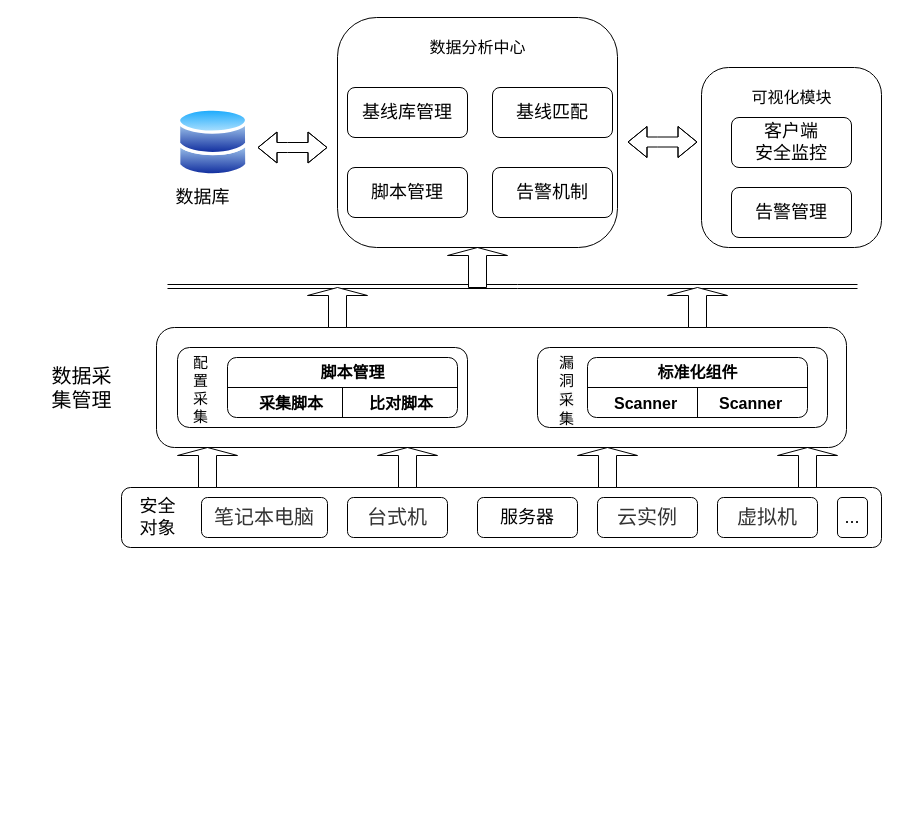
Moose1273/- keeps this draw.io diagram as testDirectory/未命名绘图.drawio. Above is the earlier version. Source tidied: cells renumbered, new cells numbered last; positions are measured from the earlier drawing's top-left corner, leaving out a move shared by most shapes. Both pictures are drawn from the tidied source at 100%, with x=0, y=0 at pixel (41, 17).
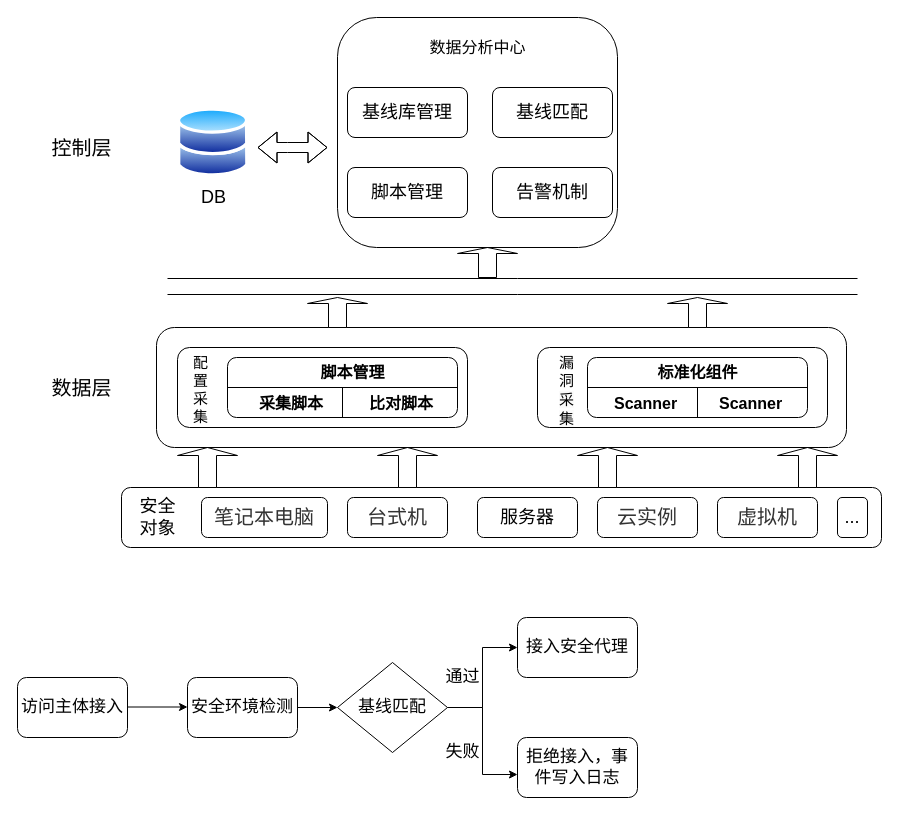
Above is the later version.

Commit message:
更新未命名绘图.drawio

What changed in the source:
```diff
@@
-    <mxCell id="14" value="数据采&lt;br&gt;集管理" style="text;html=1;align=center;verticalAlign=middle;strokeColor=none;fillColor=none;fontSize=20;" parent="1" vertex="1">
-      <mxGeometry y="340" width="80" height="60" as="geometry" />
+    <mxCell id="14" value="数据层" style="text;html=1;align=center;verticalAlign=middle;strokeColor=none;fillColor=none;fontSize=20;" parent="1" vertex="1">
+      <mxGeometry y="350" width="80" height="40" as="geometry" />
     </mxCell>
@@
-    <mxCell id="33" style="shape=link;html=1;rounded=0;fontSize=15;" parent="1" edge="1">
+    <mxCell id="33" style="shape=link;html=1;rounded=0;fontSize=15;width=16;" parent="1" edge="1">
       <mxGeometry relative="1" as="geometry">
         <mxPoint x="126" y="269" as="sourcePoint" />
         <mxPoint x="816" y="269" as="targetPoint" />
         <Array as="points">
           <mxPoint x="476" y="269" />
         </Array>
       </mxGeometry>
     </mxCell>
     <mxCell id="34" style="shape=singleArrow;direction=north;whiteSpace=wrap;html=1;fontSize=20;" parent="1" vertex="1">
-      <mxGeometry x="266" y="270" width="60" height="40" as="geometry" />
+      <mxGeometry x="266" y="280" width="60" height="30" as="geometry" />
     </mxCell>
     <mxCell id="35" style="shape=singleArrow;direction=north;whiteSpace=wrap;html=1;fontSize=20;" parent="1" vertex="1">
-      <mxGeometry x="626" y="270" width="60" height="40" as="geometry" />
+      <mxGeometry x="626" y="280" width="60" height="30" as="geometry" />
     </mxCell>
     <mxCell id="36" style="shape=singleArrow;direction=north;whiteSpace=wrap;html=1;fontSize=20;" parent="1" vertex="1">
-      <mxGeometry x="406" y="230" width="60" height="40" as="geometry" />
+      <mxGeometry x="416" y="230" width="60" height="30" as="geometry" />
     </mxCell>
-    <mxCell id="37" style="shape=flexArrow;endArrow=classic;startArrow=classic;html=1;rounded=0;fontSize=15;" parent="1" edge="1">
-      <mxGeometry relative="1" as="geometry">
-        <mxPoint x="586" y="124.5" as="sourcePoint" />
-        <mxPoint x="656" y="124.5" as="targetPoint" />
-        <Array as="points">
-          <mxPoint x="616" y="124.5" />
-        </Array>
-      </mxGeometry>
-    </mxCell>
@@
-    <mxCell id="39" style="rounded=1;whiteSpace=wrap;html=1;labelBackgroundColor=#ffffff;fontSize=15;" parent="1" vertex="1">
-      <mxGeometry x="660" y="50" width="180" height="180" as="geometry" />
-    </mxCell>
-    <mxCell id="40" value="&lt;font style=&quot;font-size: 18px;&quot;&gt;数据库&lt;/font&gt;" style="text;html=1;align=center;verticalAlign=middle;strokeColor=none;fillColor=none;fontSize=15;labelBackgroundColor=#ffffff;" parent="1" vertex="1">
-      <mxGeometry x="120.9" y="160" width="80" height="40" as="geometry" />
+    <mxCell id="40" value="&lt;font style=&quot;font-size: 18px;&quot;&gt;DB&lt;/font&gt;" style="text;html=1;align=center;verticalAlign=middle;strokeColor=none;fillColor=none;fontSize=15;labelBackgroundColor=#ffffff;" parent="1" vertex="1">
+      <mxGeometry x="146.7" y="160" width="50" height="40" as="geometry" />
     </mxCell>
@@
-    <mxCell id="48" value="&lt;span style=&quot;font-size:12.0pt;font-family:宋体;&lt;br/&gt;mso-bidi-font-family:&amp;quot;Times New Roman&amp;quot;;mso-ansi-language:EN-US;mso-fareast-language:&lt;br/&gt;ZH-CN;mso-bidi-language:AR-SA&quot;&gt;可视化模块&lt;/span&gt;" style="text;html=1;align=center;verticalAlign=middle;strokeColor=none;fillColor=none;fontSize=18;" parent="1" vertex="1">
-      <mxGeometry x="695" y="60" width="110" height="40" as="geometry" />
-    </mxCell>
-    <mxCell id="49" value="客户端&lt;br&gt;安全监控" style="rounded=1;whiteSpace=wrap;html=1;labelBackgroundColor=#ffffff;fontSize=18;" parent="1" vertex="1">
-      <mxGeometry x="690" y="100" width="120" height="50" as="geometry" />
-    </mxCell>
-    <mxCell id="50" value="告警管理" style="rounded=1;whiteSpace=wrap;html=1;labelBackgroundColor=#ffffff;fontSize=18;" parent="1" vertex="1">
-      <mxGeometry x="690" y="170" width="120" height="50" as="geometry" />
-    </mxCell>
+    <mxCell id="51" value="控制层" style="text;html=1;align=center;verticalAlign=middle;strokeColor=none;fillColor=none;fontSize=20;" parent="1" vertex="1">
+      <mxGeometry y="110" width="80" height="40" as="geometry" />
+    </mxCell>
+    <mxCell id="52" style="edgeStyle=orthogonalEdgeStyle;rounded=0;jettySize=auto;html=1;entryX=0;entryY=0.5;entryDx=0;entryDy=0;" parent="1" edge="1" source="53" target="56">
+      <mxGeometry relative="1" as="geometry" />
+    </mxCell>
+    <mxCell id="53" value="&lt;font style=&quot;font-size: 17px;&quot;&gt;安全环境检测&lt;/font&gt;" style="rounded=1;whiteSpace=wrap;html=1;" parent="1" vertex="1">
+      <mxGeometry x="146" y="660" width="110" height="60" as="geometry" />
+    </mxCell>
+    <mxCell id="54" style="edgeStyle=orthogonalEdgeStyle;rounded=0;jettySize=auto;html=1;entryX=0;entryY=0.5;entryDx=0;entryDy=0;fontSize=17;" parent="1" edge="1" source="56" target="60">
+      <mxGeometry relative="1" as="geometry" />
+    </mxCell>
+    <mxCell id="55" style="edgeStyle=orthogonalEdgeStyle;rounded=0;jettySize=auto;html=1;entryX=0;entryY=0.617;entryDx=0;entryDy=0;entryPerimeter=0;fontSize=17;" parent="1" edge="1" source="56" target="61">
+      <mxGeometry relative="1" as="geometry" />
+    </mxCell>
+    <mxCell id="56" value="&lt;font style=&quot;font-size: 17px;&quot;&gt;基线匹配&lt;/font&gt;" style="rhombus;whiteSpace=wrap;html=1;" parent="1" vertex="1">
+      <mxGeometry x="296" y="645" width="110" height="90" as="geometry" />
+    </mxCell>
+    <mxCell id="57" style="endArrow=classic;html=1;rounded=0;" parent="1" edge="1">
+      <mxGeometry relative="1" as="geometry">
+        <mxPoint x="56" y="689.5" as="sourcePoint" />
+        <mxPoint x="146" y="689.5" as="targetPoint" />
+      </mxGeometry>
+    </mxCell>
+    <mxCell id="58" value="&lt;span style=&quot;font-size: 17px;&quot;&gt;通过&lt;/span&gt;" style="text;html=1;align=center;verticalAlign=middle;strokeColor=none;fillColor=none;" parent="1" vertex="1">
+      <mxGeometry x="391" y="645" width="60" height="30" as="geometry" />
+    </mxCell>
+    <mxCell id="59" value="&lt;span style=&quot;&quot;&gt;访问主体接入&lt;/span&gt;" style="rounded=1;whiteSpace=wrap;html=1;fontSize=17;" parent="1" vertex="1">
+      <mxGeometry x="-24" y="660" width="110" height="60" as="geometry" />
+    </mxCell>
+    <mxCell id="60" value="接入安全代理" style="rounded=1;whiteSpace=wrap;html=1;fontSize=17;" parent="1" vertex="1">
+      <mxGeometry x="476" y="600" width="120" height="60" as="geometry" />
+    </mxCell>
+    <mxCell id="61" value="拒绝接入，事件写入日志" style="rounded=1;whiteSpace=wrap;html=1;fontSize=17;" parent="1" vertex="1">
+      <mxGeometry x="476" y="720" width="120" height="60" as="geometry" />
+    </mxCell>
+    <mxCell id="62" value="&lt;span style=&quot;font-size: 17px;&quot;&gt;失败&lt;/span&gt;" style="text;html=1;align=center;verticalAlign=middle;strokeColor=none;fillColor=none;" parent="1" vertex="1">
+      <mxGeometry x="391" y="720" width="60" height="30" as="geometry" />
+    </mxCell>
```
